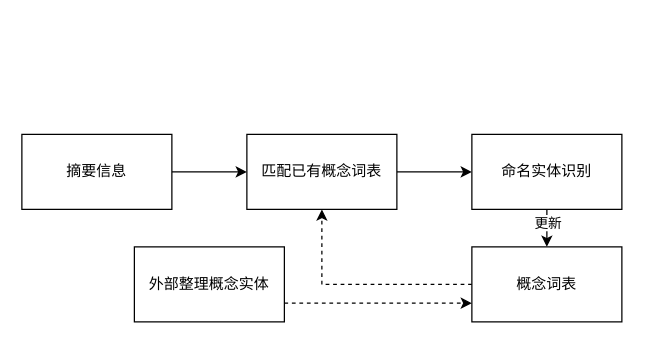
Earlier version of the draw.io diagram tupian/概念挖掘的过程.drawio (JJFatherL/biyesheji). Source tidied: cells renumbered, new cells numbered last; positions are measured from the earlier drawing's top-left corner, leaving out a move shared by most shapes. Both pictures are drawn from the tidied source at 125%, with x=0, y=0 at pixel (21, 134).
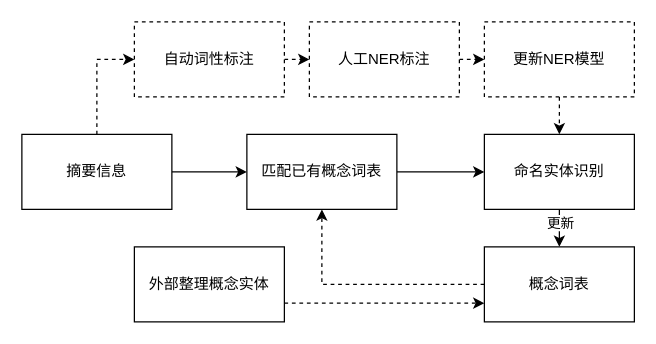
Above is the later version.

Commit message (it also covers changes not shown here):
更新概念挖掘的过程.drawio

Unchanged cells that the change refers to:
```xml
<mxCell id="3" value="摘要信息" style="rounded=0;whiteSpace=wrap;html=1;" parent="1" vertex="1">
  <mxGeometry width="120" height="60" as="geometry" />
</mxCell>
```

What changed in the source:
```diff
@@
+    <mxCell id="13" style="edgeStyle=orthogonalEdgeStyle;rounded=0;jettySize=auto;html=1;exitX=0.5;exitY=0;exitDx=0;exitDy=0;entryX=0;entryY=0.5;entryDx=0;entryDy=0;dashed=1;" parent="1" edge="1" source="3" target="15">
+      <mxGeometry relative="1" as="geometry" />
+    </mxCell>
@@
     <mxCell id="8" value="命名实体识别" style="rounded=0;whiteSpace=wrap;html=1;" parent="1" vertex="1">
-      <mxGeometry x="360" width="120" height="60" as="geometry" />
+      <mxGeometry x="370" width="120" height="60" as="geometry" />
     </mxCell>
@@
     <mxCell id="10" value="概念词表" style="rounded=0;whiteSpace=wrap;html=1;" parent="1" vertex="1">
-      <mxGeometry x="360" y="90" width="120" height="60" as="geometry" />
+      <mxGeometry x="370" y="90" width="120" height="60" as="geometry" />
     </mxCell>
@@
+    <mxCell id="14" style="edgeStyle=orthogonalEdgeStyle;rounded=0;jettySize=auto;html=1;exitX=1;exitY=0.5;exitDx=0;exitDy=0;entryX=0;entryY=0.5;entryDx=0;entryDy=0;dashed=1;" parent="1" edge="1" source="15" target="17">
+      <mxGeometry relative="1" as="geometry" />
+    </mxCell>
+    <mxCell id="15" value="自动词性标注" style="rounded=0;whiteSpace=wrap;html=1;dashed=1;" parent="1" vertex="1">
+      <mxGeometry x="90" y="-90" width="120" height="60" as="geometry" />
+    </mxCell>
+    <mxCell id="16" style="edgeStyle=orthogonalEdgeStyle;rounded=0;jettySize=auto;html=1;exitX=1;exitY=0.5;exitDx=0;exitDy=0;entryX=0;entryY=0.5;entryDx=0;entryDy=0;dashed=1;" parent="1" edge="1" source="17" target="19">
+      <mxGeometry relative="1" as="geometry" />
+    </mxCell>
+    <mxCell id="17" value="人工NER标注" style="rounded=0;whiteSpace=wrap;html=1;dashed=1;" parent="1" vertex="1">
+      <mxGeometry x="230" y="-90" width="120" height="60" as="geometry" />
+    </mxCell>
+    <mxCell id="18" style="edgeStyle=orthogonalEdgeStyle;rounded=0;jettySize=auto;html=1;exitX=0.5;exitY=1;exitDx=0;exitDy=0;entryX=0.5;entryY=0;entryDx=0;entryDy=0;dashed=1;" parent="1" edge="1" source="19" target="8">
+      <mxGeometry relative="1" as="geometry" />
+    </mxCell>
+    <mxCell id="19" value="更新NER模型" style="rounded=0;whiteSpace=wrap;html=1;dashed=1;" parent="1" vertex="1">
+      <mxGeometry x="370" y="-90" width="120" height="60" as="geometry" />
+    </mxCell>
```
